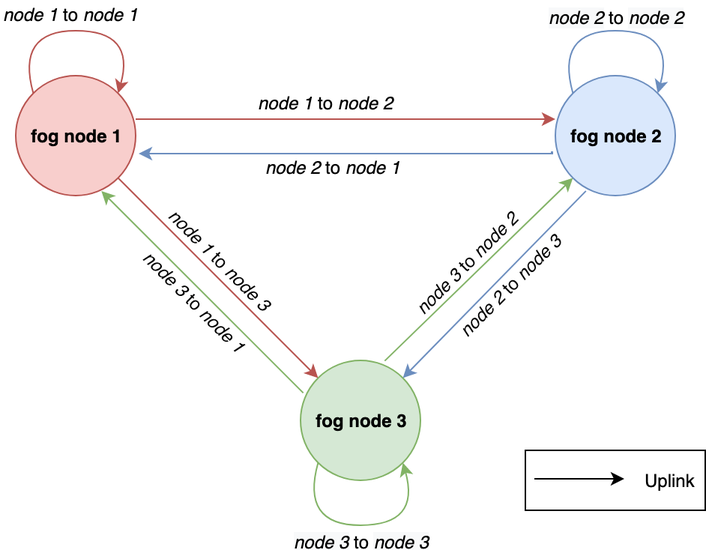
Before: documents/figures/algorithm-infrastructure.png, a diagram exported from draw.io (slienau/bachelor-thesis). Source tidied: cells renumbered, new cells last; positions are measured from the earlier drawing's top-left corner, leaving out a move shared by most shapes.
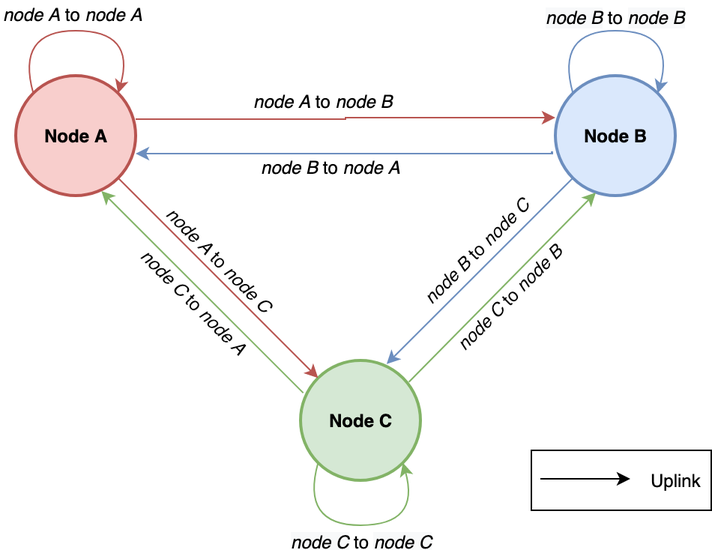
Above is the later version.

Change to the diagram source:
```diff
@@ -2,40 +2,40 @@
   <root>
     <mxCell id="0" />
     <mxCell id="1" parent="0" />
-    <mxCell id="2" style="edgeStyle=orthogonalEdgeStyle;rounded=0;jettySize=auto;html=1;exitX=1.006;exitY=0.358;exitDx=0;exitDy=0;entryX=0;entryY=0.363;entryDx=0;entryDy=0;exitPerimeter=0;entryPerimeter=0;strokeColor=#B85450;" parent="1" edge="1" source="4" target="7">
+    <mxCell id="2" style="edgeStyle=orthogonalEdgeStyle;rounded=0;jettySize=auto;html=1;exitX=1.006;exitY=0.358;exitDx=0;exitDy=0;entryX=0;entryY=0.355;entryDx=0;entryDy=0;exitPerimeter=0;entryPerimeter=0;strokeColor=#B85450;" parent="1" edge="1" source="4" target="7">
       <mxGeometry relative="1" as="geometry" />
     </mxCell>
-    <mxCell id="3" value="&lt;i&gt;node 1&lt;/i&gt; to&amp;nbsp;&lt;i&gt;node 2&lt;/i&gt;" style="text;html=1;align=center;verticalAlign=middle;labelBackgroundColor=#ffffff;strokeColor=#3333FF;" parent="2" vertex="1">
+    <mxCell id="3" value="&lt;i&gt;node A&lt;/i&gt;&amp;nbsp;to&amp;nbsp;&lt;i&gt;node B&lt;/i&gt;" style="text;html=1;align=center;verticalAlign=middle;labelBackgroundColor=#ffffff;strokeColor=#3333FF;" parent="2" vertex="1">
       <mxGeometry x="0.35" relative="1" as="geometry">
         <mxPoint x="-63" y="-12" as="offset" />
       </mxGeometry>
     </mxCell>
-    <mxCell id="4" value="fog node 1" style="ellipse;whiteSpace=wrap;html=1;fontStyle=1;strokeColor=#b85450;fillColor=#f8cecc;" parent="1" vertex="1">
+    <mxCell id="4" value="Node A" style="ellipse;whiteSpace=wrap;html=1;fontStyle=1;strokeColor=#b85450;fillColor=#f8cecc;strokeWidth=2;" parent="1" vertex="1">
       <mxGeometry x="10" y="50" width="80" height="80" as="geometry" />
     </mxCell>
     <mxCell id="5" style="edgeStyle=orthogonalEdgeStyle;rounded=0;jettySize=auto;html=1;exitX=-0.032;exitY=0.633;exitDx=0;exitDy=0;exitPerimeter=0;fillColor=#66B2FF;strokeColor=#6C8EBF;" parent="1" edge="1" source="7">
       <mxGeometry relative="1" as="geometry">
-        <mxPoint x="92" y="102" as="targetPoint" />
+        <mxPoint x="90" y="102" as="targetPoint" />
         <Array as="points">
           <mxPoint x="368" y="102" />
         </Array>
       </mxGeometry>
     </mxCell>
-    <mxCell id="6" value="&lt;i&gt;node 2&lt;/i&gt;&amp;nbsp;to&amp;nbsp;&lt;i&gt;node 1&lt;/i&gt;" style="text;html=1;align=center;verticalAlign=middle;labelBackgroundColor=#ffffff;fillColor=#66B2FF;strokeColor=#66B2FF;" parent="5" vertex="1">
+    <mxCell id="6" value="&lt;i&gt;node B&lt;/i&gt;&amp;nbsp;to&amp;nbsp;&lt;i&gt;node A&lt;/i&gt;" style="text;html=1;align=center;verticalAlign=middle;labelBackgroundColor=#ffffff;fillColor=#66B2FF;strokeColor=#66B2FF;" parent="5" vertex="1">
       <mxGeometry x="-0.1" y="-2" relative="1" as="geometry">
         <mxPoint x="-24" y="10" as="offset" />
       </mxGeometry>
     </mxCell>
-    <mxCell id="7" value="fog node 2" style="ellipse;whiteSpace=wrap;html=1;fontStyle=1;strokeColor=#6c8ebf;fillColor=#dae8fc;" parent="1" vertex="1">
+    <mxCell id="7" value="Node B" style="ellipse;whiteSpace=wrap;html=1;fontStyle=1;strokeColor=#6c8ebf;fillColor=#dae8fc;strokeWidth=2;" parent="1" vertex="1">
       <mxGeometry x="370" y="50" width="80" height="80" as="geometry" />
     </mxCell>
-    <mxCell id="8" value="fog node 3" style="ellipse;whiteSpace=wrap;html=1;fontStyle=1;fillColor=#d5e8d4;strokeColor=#82b366;" parent="1" vertex="1">
+    <mxCell id="8" value="Node C" style="ellipse;whiteSpace=wrap;html=1;fontStyle=1;fillColor=#d5e8d4;strokeColor=#82b366;strokeWidth=2;" parent="1" vertex="1">
       <mxGeometry x="200" y="240" width="80" height="80" as="geometry" />
     </mxCell>
     <mxCell id="9" style="endArrow=classic;html=1;exitX=1;exitY=1;exitDx=0;exitDy=0;entryX=0;entryY=0;entryDx=0;entryDy=0;strokeColor=#B85450;" parent="1" edge="1" source="4" target="8">
       <mxGeometry relative="1" as="geometry" />
     </mxCell>
-    <mxCell id="10" value="&lt;i&gt;node 1&lt;/i&gt;&amp;nbsp;to&amp;nbsp;&lt;i&gt;node 3&lt;/i&gt;" style="text;html=1;align=center;verticalAlign=middle;labelBackgroundColor=#ffffff;rotation=45;" parent="9" vertex="1">
+    <mxCell id="10" value="&lt;i&gt;node A&lt;/i&gt;&amp;nbsp;to&amp;nbsp;&lt;i&gt;node C&lt;/i&gt;" style="text;html=1;align=center;verticalAlign=middle;labelBackgroundColor=#ffffff;rotation=45;" parent="9" vertex="1">
       <mxGeometry x="-0.36" y="2" relative="1" as="geometry">
         <mxPoint x="24.5" y="13" as="offset" />
       </mxGeometry>
@@ -43,25 +43,27 @@
     <mxCell id="11" style="endArrow=classic;html=1;entryX=0.714;entryY=0.962;entryDx=0;entryDy=0;entryPerimeter=0;exitX=0.023;exitY=0.271;exitDx=0;exitDy=0;exitPerimeter=0;strokeColor=#82B366;" parent="1" edge="1" source="8" target="4">
       <mxGeometry relative="1" as="geometry" />
     </mxCell>
-    <mxCell id="12" value="&lt;i&gt;node 3&lt;/i&gt;&amp;nbsp;to&amp;nbsp;&lt;i&gt;node 1&lt;/i&gt;" style="text;html=1;align=center;verticalAlign=middle;labelBackgroundColor=#ffffff;rotation=45;strokeColor=#33FF33;" parent="11" vertex="1">
+    <mxCell id="12" value="&lt;i&gt;node C&lt;/i&gt;&amp;nbsp;to&amp;nbsp;&lt;i&gt;node A&lt;/i&gt;" style="text;html=1;align=center;verticalAlign=middle;labelBackgroundColor=#ffffff;rotation=45;strokeColor=#33FF33;" parent="11" vertex="1">
       <mxGeometry x="-0.38" y="1" relative="1" as="geometry">
         <mxPoint x="-29.5" y="-20.5" as="offset" />
       </mxGeometry>
     </mxCell>
-    <mxCell id="13" style="endArrow=classic;html=1;entryX=0;entryY=1;entryDx=0;entryDy=0;exitX=0.702;exitY=0.004;exitDx=0;exitDy=0;exitPerimeter=0;strokeColor=#82B366;" parent="1" edge="1" source="8" target="7">
-      <mxGeometry relative="1" as="geometry" />
+    <mxCell id="13" style="endArrow=classic;html=1;strokeColor=#82B366;exitX=0.904;exitY=0.18;exitDx=0;exitDy=0;exitPerimeter=0;" parent="1" edge="1" source="8">
+      <mxGeometry relative="1" as="geometry">
+        <mxPoint x="397" y="128" as="targetPoint" />
+      </mxGeometry>
     </mxCell>
-    <mxCell id="14" value="&lt;i&gt;node 3&lt;/i&gt;&amp;nbsp;to&amp;nbsp;&lt;i&gt;node 2&lt;/i&gt;" style="text;html=1;align=center;verticalAlign=middle;labelBackgroundColor=#ffffff;rotation=-45;strokeColor=#33FF33;" parent="13" vertex="1">
+    <mxCell id="14" value="&lt;i&gt;node C&lt;/i&gt;&amp;nbsp;to&amp;nbsp;&lt;i&gt;node B&lt;/i&gt;" style="text;html=1;align=center;verticalAlign=middle;labelBackgroundColor=#ffffff;rotation=-45;strokeColor=#33FF33;" parent="13" vertex="1">
       <mxGeometry x="0.08" relative="1" as="geometry">
-        <mxPoint x="-14" y="0.5" as="offset" />
+        <mxPoint x="-1" y="11.5" as="offset" />
       </mxGeometry>
     </mxCell>
-    <mxCell id="15" style="endArrow=classic;html=1;entryX=1;entryY=0;entryDx=0;entryDy=0;exitX=0.255;exitY=0.962;exitDx=0;exitDy=0;exitPerimeter=0;strokeColor=#6C8EBF;" parent="1" edge="1" source="7" target="8">
+    <mxCell id="15" style="endArrow=classic;html=1;entryX=0.718;entryY=0.03;entryDx=0;entryDy=0;exitX=0;exitY=1;exitDx=0;exitDy=0;strokeColor=#6C8EBF;entryPerimeter=0;" parent="1" edge="1" source="7" target="8">
       <mxGeometry relative="1" as="geometry" />
     </mxCell>
-    <mxCell id="16" value="&lt;i&gt;node 2&lt;/i&gt;&amp;nbsp;to&amp;nbsp;&lt;i&gt;node 3&lt;/i&gt;" style="text;html=1;align=center;verticalAlign=middle;labelBackgroundColor=#ffffff;rotation=-45;" parent="15" vertex="1">
+    <mxCell id="16" value="&lt;i&gt;node B&lt;/i&gt;&amp;nbsp;to&amp;nbsp;&lt;i&gt;node C&lt;/i&gt;" style="text;html=1;align=center;verticalAlign=middle;labelBackgroundColor=#ffffff;rotation=-45;" parent="15" vertex="1">
       <mxGeometry x="-0.2" y="1" relative="1" as="geometry">
-        <mxPoint x="-2.5" y="12.5" as="offset" />
+        <mxPoint x="-16" y="-1" as="offset" />
       </mxGeometry>
     </mxCell>
     <mxCell id="17" style="curved=1;endArrow=classic;html=1;exitX=0;exitY=0;exitDx=0;exitDy=0;entryX=1;entryY=0;entryDx=0;entryDy=0;strokeColor=#B85450;elbow=vertical;" parent="1" edge="1" source="4" target="4">
@@ -72,7 +74,7 @@
         </Array>
       </mxGeometry>
     </mxCell>
-    <mxCell id="18" value="&lt;i style=&quot;text-align: center&quot;&gt;node 1&lt;/i&gt;&lt;span style=&quot;text-align: center ; background-color: rgb(255 , 255 , 255)&quot;&gt;&amp;nbsp;to&amp;nbsp;&lt;/span&gt;&lt;i style=&quot;text-align: center&quot;&gt;node 1&lt;/i&gt;" style="text;html=1;align=left;verticalAlign=top;spacingTop=-4;" parent="1" vertex="1">
+    <mxCell id="18" value="&lt;i style=&quot;text-align: center&quot;&gt;node A&lt;/i&gt;&lt;span style=&quot;text-align: center ; background-color: rgb(255 , 255 , 255)&quot;&gt;&amp;nbsp;to&amp;nbsp;&lt;/span&gt;&lt;i style=&quot;text-align: center&quot;&gt;node A&lt;/i&gt;" style="text;html=1;align=left;verticalAlign=top;spacingTop=-4;" parent="1" vertex="1">
       <mxGeometry width="110" height="20" as="geometry" />
     </mxCell>
     <mxCell id="19" style="curved=1;endArrow=classic;html=1;exitX=0;exitY=0;exitDx=0;exitDy=0;entryX=1;entryY=0;entryDx=0;entryDy=0;strokeColor=#6C8EBF;elbow=vertical;" parent="1" edge="1">
@@ -85,7 +87,7 @@
         </Array>
       </mxGeometry>
     </mxCell>
-    <mxCell id="20" value="&lt;i style=&quot;background-color: rgb(248 , 249 , 250)&quot;&gt;node 2&lt;/i&gt;&amp;nbsp;to&amp;nbsp;&lt;i style=&quot;background-color: rgb(248 , 249 , 250)&quot;&gt;node 2&lt;/i&gt;" style="text;html=1;align=center;verticalAlign=middle;labelBackgroundColor=#ffffff;" parent="19" vertex="1">
+    <mxCell id="20" value="&lt;i style=&quot;background-color: rgb(248 , 249 , 250)&quot;&gt;node B&lt;/i&gt;&amp;nbsp;to&amp;nbsp;&lt;i style=&quot;background-color: rgb(248 , 249 , 250)&quot;&gt;node B&lt;/i&gt;" style="text;html=1;align=center;verticalAlign=middle;labelBackgroundColor=#ffffff;" parent="19" vertex="1">
       <mxGeometry x="0.1" y="-1" relative="1" as="geometry">
         <mxPoint x="-7.5" y="-11" as="offset" />
       </mxGeometry>
@@ -98,15 +100,18 @@
         </Array>
       </mxGeometry>
     </mxCell>
-    <mxCell id="22" value="&lt;i style=&quot;background-color: rgb(248 , 249 , 250)&quot;&gt;node 3&lt;/i&gt;&amp;nbsp;to&amp;nbsp;&lt;i style=&quot;background-color: rgb(248 , 249 , 250)&quot;&gt;node 3&lt;br&gt;&lt;/i&gt;" style="text;html=1;align=center;verticalAlign=middle;labelBackgroundColor=#ffffff;" parent="21" vertex="1">
+    <mxCell id="22" value="&lt;i style=&quot;background-color: rgb(248 , 249 , 250)&quot;&gt;node C&lt;/i&gt;&amp;nbsp;to&amp;nbsp;&lt;i style=&quot;background-color: rgb(248 , 249 , 250)&quot;&gt;node C&lt;br&gt;&lt;/i&gt;" style="text;html=1;align=center;verticalAlign=middle;labelBackgroundColor=#ffffff;" parent="21" vertex="1">
       <mxGeometry x="0.1" y="-1" relative="1" as="geometry">
         <mxPoint x="-7.5" y="9" as="offset" />
       </mxGeometry>
     </mxCell>
+    <mxCell id="26" style="group;" parent="1" vertex="1">
+      <mxGeometry x="354" y="300" width="120" height="40" as="geometry" />
+    </mxCell>
-    <mxCell id="23" style="endArrow=classic;html=1;" parent="1" edge="1">
+    <mxCell id="23" style="endArrow=classic;html=1;" parent="26" edge="1">
       <mxGeometry relative="1" as="geometry">
-        <mxPoint x="356" y="319" as="sourcePoint" />
-        <mxPoint x="416" y="319" as="targetPoint" />
+        <mxPoint x="6" y="19" as="sourcePoint" />
+        <mxPoint x="66" y="19" as="targetPoint" />
       </mxGeometry>
     </mxCell>
     <mxCell id="24" value="Uplink" style="text;html=1;align=center;verticalAlign=middle;labelBackgroundColor=#ffffff;" parent="23" vertex="1">
@@ -114,8 +119,8 @@
         <mxPoint x="79" y="-1" as="offset" />
       </mxGeometry>
     </mxCell>
-    <mxCell id="25" style="rounded=0;whiteSpace=wrap;html=1;fillColor=none;" parent="1" vertex="1">
-      <mxGeometry x="350" y="300" width="120" height="40" as="geometry" />
+    <mxCell id="25" style="rounded=0;whiteSpace=wrap;html=1;fillColor=none;" parent="26" vertex="1">
+      <mxGeometry width="120" height="40" as="geometry" />
     </mxCell>
   </root>
 </mxGraphModel>
```
